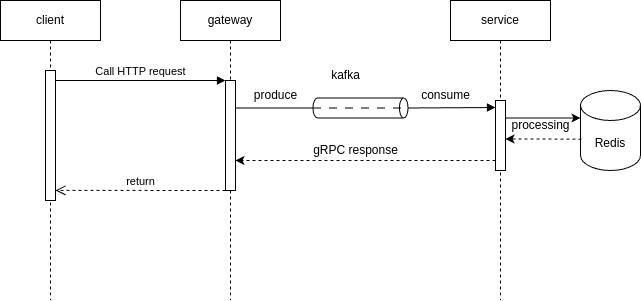
Above: public/go-kafka-redis-grpc.drawio.png in chienduynguyen1702/go-kafka-redis-postgresql (draw.io), before the change. Source tidied: cells renumbered, new cells last; positions are measured from the earlier drawing's top-left corner, leaving out a move shared by most shapes.
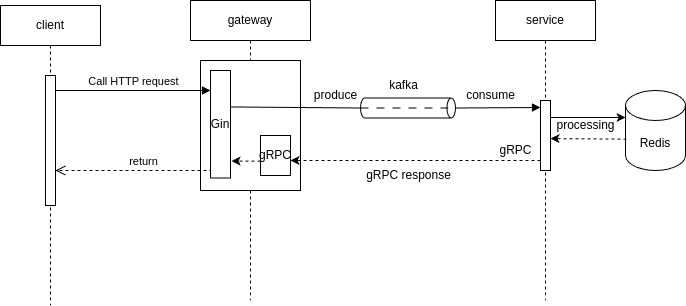
Later version of the same file.

Diff of the diagram source:
```diff
@@ -3,45 +3,42 @@
     <mxCell id="0" />
     <mxCell id="1" parent="0" />
     <mxCell id="2" value="client" style="shape=umlLifeline;perimeter=lifelinePerimeter;whiteSpace=wrap;html=1;newEdgeStyle={&quot;edgeStyle&quot;:&quot;elbowEdgeStyle&quot;,&quot;elbow&quot;:&quot;vertical&quot;,&quot;curved&quot;:0,&quot;rounded&quot;:0};" parent="1" vertex="1">
-      <mxGeometry width="100" height="300" as="geometry" />
+      <mxGeometry x="-70" y="5" width="100" height="300" as="geometry" />
     </mxCell>
     <mxCell id="3" style="html=1;points=[];perimeter=orthogonalPerimeter;outlineConnect=0;targetShapes=umlLifeline;portConstraint=eastwest;newEdgeStyle={&quot;edgeStyle&quot;:&quot;elbowEdgeStyle&quot;,&quot;elbow&quot;:&quot;vertical&quot;,&quot;curved&quot;:0,&quot;rounded&quot;:0};" parent="2" vertex="1">
       <mxGeometry x="45" y="70" width="10" height="130" as="geometry" />
     </mxCell>
     <mxCell id="4" value="gateway" style="shape=umlLifeline;perimeter=lifelinePerimeter;whiteSpace=wrap;html=1;newEdgeStyle={&quot;edgeStyle&quot;:&quot;elbowEdgeStyle&quot;,&quot;elbow&quot;:&quot;vertical&quot;,&quot;curved&quot;:0,&quot;rounded&quot;:0};" parent="1" vertex="1">
-      <mxGeometry x="180" width="100" height="300" as="geometry" />
+      <mxGeometry x="120" width="120" height="300" as="geometry" />
     </mxCell>
     <mxCell id="5" style="html=1;points=[];perimeter=orthogonalPerimeter;outlineConnect=0;targetShapes=umlLifeline;portConstraint=eastwest;newEdgeStyle={&quot;edgeStyle&quot;:&quot;elbowEdgeStyle&quot;,&quot;elbow&quot;:&quot;vertical&quot;,&quot;curved&quot;:0,&quot;rounded&quot;:0};" parent="4" vertex="1">
-      <mxGeometry x="45" y="80" width="10" height="110" as="geometry" />
+      <mxGeometry x="10" y="60" width="100" height="130" as="geometry" />
     </mxCell>
-    <mxCell id="6" value="Call HTTP request" style="html=1;verticalAlign=bottom;endArrow=block;edgeStyle=elbowEdgeStyle;elbow=vertical;curved=0;rounded=0;" parent="1" edge="1" source="3" target="5">
+    <mxCell id="6" value="Call HTTP request" style="html=1;verticalAlign=bottom;endArrow=block;edgeStyle=elbowEdgeStyle;elbow=vertical;curved=0;rounded=0;" parent="1" edge="1" source="3" target="23">
       <mxGeometry relative="1" as="geometry">
         <Array as="points">
-          <mxPoint x="140" y="80" />
+          <mxPoint x="130" y="90" />
+          <mxPoint x="139" y="80" />
         </Array>
       </mxGeometry>
     </mxCell>
-    <mxCell id="7" value="return" style="html=1;verticalAlign=bottom;endArrow=open;dashed=1;endSize=8;edgeStyle=elbowEdgeStyle;elbow=vertical;curved=0;rounded=0;" parent="1" edge="1">
+    <mxCell id="7" value="return" style="html=1;verticalAlign=bottom;endArrow=open;dashed=1;endSize=8;edgeStyle=elbowEdgeStyle;elbow=vertical;curved=0;rounded=0;" parent="1" edge="1" target="3">
       <mxGeometry relative="1" as="geometry">
-        <mxPoint x="225" y="190" as="sourcePoint" />
-        <mxPoint x="55" y="190" as="targetPoint" />
+        <mxPoint x="160" y="170" as="sourcePoint" />
+        <Array as="points">
+          <mxPoint x="110" y="170" />
+        </Array>
       </mxGeometry>
     </mxCell>
     <mxCell id="8" value="service" style="shape=umlLifeline;perimeter=lifelinePerimeter;whiteSpace=wrap;html=1;newEdgeStyle={&quot;edgeStyle&quot;:&quot;elbowEdgeStyle&quot;,&quot;elbow&quot;:&quot;vertical&quot;,&quot;curved&quot;:0,&quot;rounded&quot;:0};" parent="1" vertex="1">
-      <mxGeometry x="450" width="100" height="300" as="geometry" />
+      <mxGeometry x="425" width="100" height="300" as="geometry" />
     </mxCell>
     <mxCell id="9" style="html=1;points=[];perimeter=orthogonalPerimeter;outlineConnect=0;targetShapes=umlLifeline;portConstraint=eastwest;newEdgeStyle={&quot;edgeStyle&quot;:&quot;elbowEdgeStyle&quot;,&quot;elbow&quot;:&quot;vertical&quot;,&quot;curved&quot;:0,&quot;rounded&quot;:0};" parent="8" vertex="1">
       <mxGeometry x="45" y="100" width="10" height="70" as="geometry" />
     </mxCell>
     <mxCell id="10" value="Redis" style="shape=cylinder3;whiteSpace=wrap;html=1;boundedLbl=1;backgroundOutline=1;size=15;" parent="1" vertex="1">
-      <mxGeometry x="580" y="90" width="60" height="80" as="geometry" />
+      <mxGeometry x="555" y="90" width="60" height="80" as="geometry" />
     </mxCell>
-    <mxCell id="11" style="shape=cylinder3;whiteSpace=wrap;html=1;boundedLbl=1;backgroundOutline=1;size=4.285714285714278;rotation=90;" parent="1" vertex="1">
-      <mxGeometry x="350" y="60" width="20" height="95" as="geometry" />
-    </mxCell>
-    <mxCell id="12" value="kafka" style="text;html=1;align=center;verticalAlign=middle;strokeColor=none;fillColor=none;" parent="1" vertex="1">
-      <mxGeometry x="320" y="60" width="50" height="30" as="geometry" />
-    </mxCell>
     <mxCell id="13" style="html=1;verticalAlign=bottom;endArrow=block;edgeStyle=elbowEdgeStyle;elbow=vertical;curved=0;rounded=0;exitX=0.5;exitY=0;exitDx=0;exitDy=0;exitPerimeter=0;" parent="1" edge="1" source="11" target="9">
       <mxGeometry relative="1" as="geometry">
         <Array as="points">
@@ -49,17 +46,14 @@
         </Array>
       </mxGeometry>
     </mxCell>
-    <mxCell id="14" style="endArrow=none;html=1;rounded=0;entryX=0.5;entryY=1;entryDx=0;entryDy=0;entryPerimeter=0;" parent="1" edge="1" source="5" target="11">
+    <mxCell id="14" style="endArrow=none;html=1;rounded=0;entryX=0.5;entryY=1;entryDx=0;entryDy=0;entryPerimeter=0;exitX=0.98;exitY=0.339;exitDx=0;exitDy=0;exitPerimeter=0;" parent="1" edge="1" source="23" target="11">
       <mxGeometry relative="1" as="geometry" />
     </mxCell>
-    <mxCell id="15" style="endArrow=none;html=1;rounded=0;entryX=0.5;entryY=0;entryDx=0;entryDy=0;entryPerimeter=0;exitX=0.5;exitY=1;exitDx=0;exitDy=0;exitPerimeter=0;dashed=1;dashPattern=8 8;" parent="1" edge="1" source="11" target="11">
-      <mxGeometry relative="1" as="geometry" />
-    </mxCell>
     <mxCell id="16" value="produce" style="text;html=1;align=center;verticalAlign=middle;strokeColor=none;fillColor=none;" parent="1" vertex="1">
-      <mxGeometry x="240" y="80" width="70" height="30" as="geometry" />
+      <mxGeometry x="230" y="80" width="70" height="30" as="geometry" />
     </mxCell>
     <mxCell id="17" value="consume" style="text;html=1;align=center;verticalAlign=middle;strokeColor=none;fillColor=none;" parent="1" vertex="1">
-      <mxGeometry x="410" y="80" width="70" height="30" as="geometry" />
+      <mxGeometry x="385" y="80" width="70" height="30" as="geometry" />
     </mxCell>
     <mxCell id="18" style="edgeStyle=elbowEdgeStyle;rounded=0;jettySize=auto;html=1;elbow=vertical;curved=0;entryX=0;entryY=0;entryDx=0;entryDy=27.5;entryPerimeter=0;" parent="1" edge="1" source="9" target="10">
       <mxGeometry relative="1" as="geometry" />
@@ -68,9 +62,9 @@
       <mxGeometry relative="1" as="geometry" />
     </mxCell>
     <mxCell id="20" value="processing" style="text;html=1;align=center;verticalAlign=middle;strokeColor=none;fillColor=none;" parent="1" vertex="1">
-      <mxGeometry x="500" y="110" width="80" height="30" as="geometry" />
+      <mxGeometry x="475" y="110" width="80" height="30" as="geometry" />
     </mxCell>
-    <mxCell id="21" style="edgeStyle=elbowEdgeStyle;rounded=0;jettySize=auto;html=1;elbow=vertical;curved=0;dashed=1;" parent="1" edge="1" source="9" target="5">
+    <mxCell id="21" style="edgeStyle=elbowEdgeStyle;rounded=0;jettySize=auto;html=1;elbow=vertical;curved=0;dashed=1;" parent="1" edge="1" source="9" target="25">
       <mxGeometry relative="1" as="geometry">
         <Array as="points">
           <mxPoint x="400" y="160" />
@@ -78,7 +72,35 @@
       </mxGeometry>
     </mxCell>
     <mxCell id="22" value="gRPC response" style="text;html=1;align=center;verticalAlign=middle;strokeColor=none;fillColor=none;" parent="1" vertex="1">
-      <mxGeometry x="300" y="135" width="110" height="30" as="geometry" />
+      <mxGeometry x="282.5" y="160" width="110" height="30" as="geometry" />
     </mxCell>
+    <mxCell id="23" value="Gin" style="rounded=0;whiteSpace=wrap;html=1;" parent="1" vertex="1">
+      <mxGeometry x="140" y="70" width="20" height="107.5" as="geometry" />
+    </mxCell>
+    <mxCell id="24" style="edgeStyle=orthogonalEdgeStyle;rounded=0;jettySize=auto;html=1;dashed=1;entryX=1.053;entryY=0.843;entryDx=0;entryDy=0;entryPerimeter=0;" parent="1" edge="1" source="25" target="23">
+      <mxGeometry relative="1" as="geometry">
+        <Array as="points">
+          <mxPoint x="170" y="160" />
+        </Array>
+      </mxGeometry>
+    </mxCell>
+    <mxCell id="25" value="gRPC" style="rounded=0;whiteSpace=wrap;html=1;" parent="1" vertex="1">
+      <mxGeometry x="190" y="135" width="30" height="40" as="geometry" />
+    </mxCell>
+    <mxCell id="26" style="group;" parent="1" vertex="1">
+      <mxGeometry x="290" y="70" width="95" height="47.5" as="geometry" />
+    </mxCell>
+    <mxCell id="11" style="shape=cylinder3;whiteSpace=wrap;html=1;boundedLbl=1;backgroundOutline=1;size=4.285714285714278;rotation=90;" parent="26" vertex="1">
+      <mxGeometry x="37.5" y="-10" width="20" height="95" as="geometry" />
+    </mxCell>
+    <mxCell id="12" value="kafka" style="text;html=1;align=center;verticalAlign=middle;strokeColor=none;fillColor=none;" parent="26" vertex="1">
+      <mxGeometry x="17.5" width="50" height="30" as="geometry" />
+    </mxCell>
+    <mxCell id="15" style="endArrow=none;html=1;rounded=0;entryX=0.5;entryY=0;entryDx=0;entryDy=0;entryPerimeter=0;exitX=0.5;exitY=1;exitDx=0;exitDy=0;exitPerimeter=0;dashed=1;dashPattern=8 8;" parent="26" edge="1" source="11" target="11">
+      <mxGeometry relative="1" as="geometry" />
+    </mxCell>
+    <mxCell id="27" value="gRPC" style="text;html=1;align=center;verticalAlign=middle;strokeColor=none;fillColor=none;" parent="1" vertex="1">
+      <mxGeometry x="415" y="135" width="60" height="30" as="geometry" />
+    </mxCell>
   </root>
 </mxGraphModel>
```
